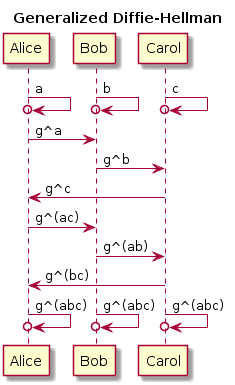
This is GDH.png from maxamel/GDH, a PlantUML export, as it was before one commit. Its diagram source:
```plantuml
@startuml
!pragma teoz true
title Generalized Diffie-Hellman

Alice ->o Alice : a
& Bob ->o Bob : b
& Carol->o Carol: c

Alice -> Bob : g^a
Bob -> Carol : g^b
Carol -> Alice : g^c

Alice -> Bob : g^(ac)
Bob -> Carol : g^(ab)
Carol -> Alice : g^(bc)

Alice ->o Alice : g^(abc)
& Bob ->o Bob : g^(abc)
& Carol->o Carol: g^(abc)
@enduml
```
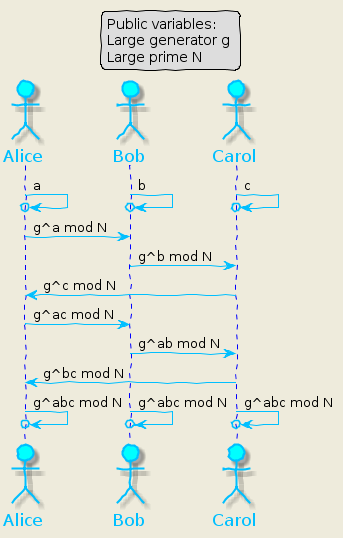
After the change.

Change to the diagram source:
```diff
@@ -1,20 +1,44 @@
 @startuml
 !pragma teoz true
-title Generalized Diffie-Hellman
+skinparam backgroundColor #EEEBDC
+skinparam handwritten true
+skinparam sequence {
+	ArrowColor DeepSkyBlue
+	ActorBorderColor DeepSkyBlue
+        EntityBoderColor DeepSkyBlue
+	LifeLineBorderColor blue
+	LifeLineBackgroundColor #A9DCDF
 
-Alice ->o Alice : a
-& Bob ->o Bob : b
-& Carol->o Carol: c
+	EntityBorderColor DeepSkyBlue
+	EntityBackgroundColor DodgerBlue
+	EntityFontName Impact
+	EntityFontSize 17
+	EntityFontColor #A9DCDF
 
-Alice -> Bob : g^a
-Bob -> Carol : g^b
-Carol -> Alice : g^c
+	ActorBackgroundColor aqua
+	ActorFontColor DeepSkyBlue
+	ActorFontSize 17
+	ActorFontName Aapex
+}
+legend top center
+Public variables:
+Large generator g
+Large prime N
+end legend
 
-Alice -> Bob : g^(ac)
-Bob -> Carol : g^(ab)
-Carol -> Alice : g^(bc)
-
-Alice ->o Alice : g^(abc)
-& Bob ->o Bob : g^(abc)
-& Carol->o Carol: g^(abc)
+actor Alice
+actor Bob
+actor Carol
+Alice ->o Alice: a
+& Bob ->o Bob: b
+& Carol ->o Carol: c
+Alice -> Bob: g^a mod N
+Bob -> Carol: g^b mod N
+Carol -> Alice: g^c mod N
+Alice -> Bob: g^ac mod N
+Bob -> Carol: g^ab mod N
+Carol -> Alice: g^bc mod N
+Alice ->o Alice: g^abc mod N
+& Bob ->o Bob: g^abc mod N
+& Carol ->o Carol: g^abc mod N
 @enduml
```
